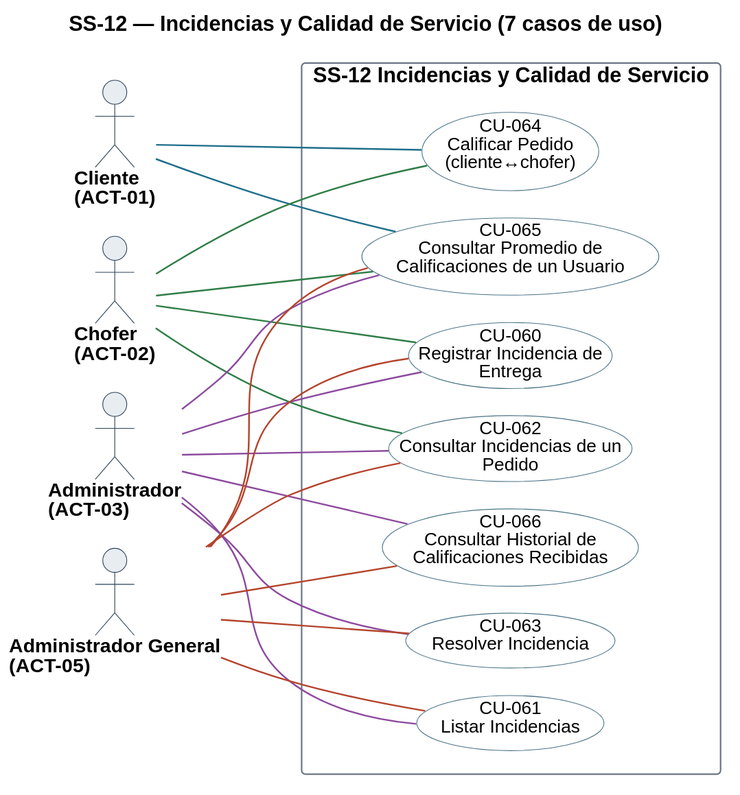
Before: diagramas/uml/CU_SS-12_Incidencias-Y-Calidad-De-Servicio.svg, a diagram exported from PlantUML (Nahuelito-Dev/splg-docs).
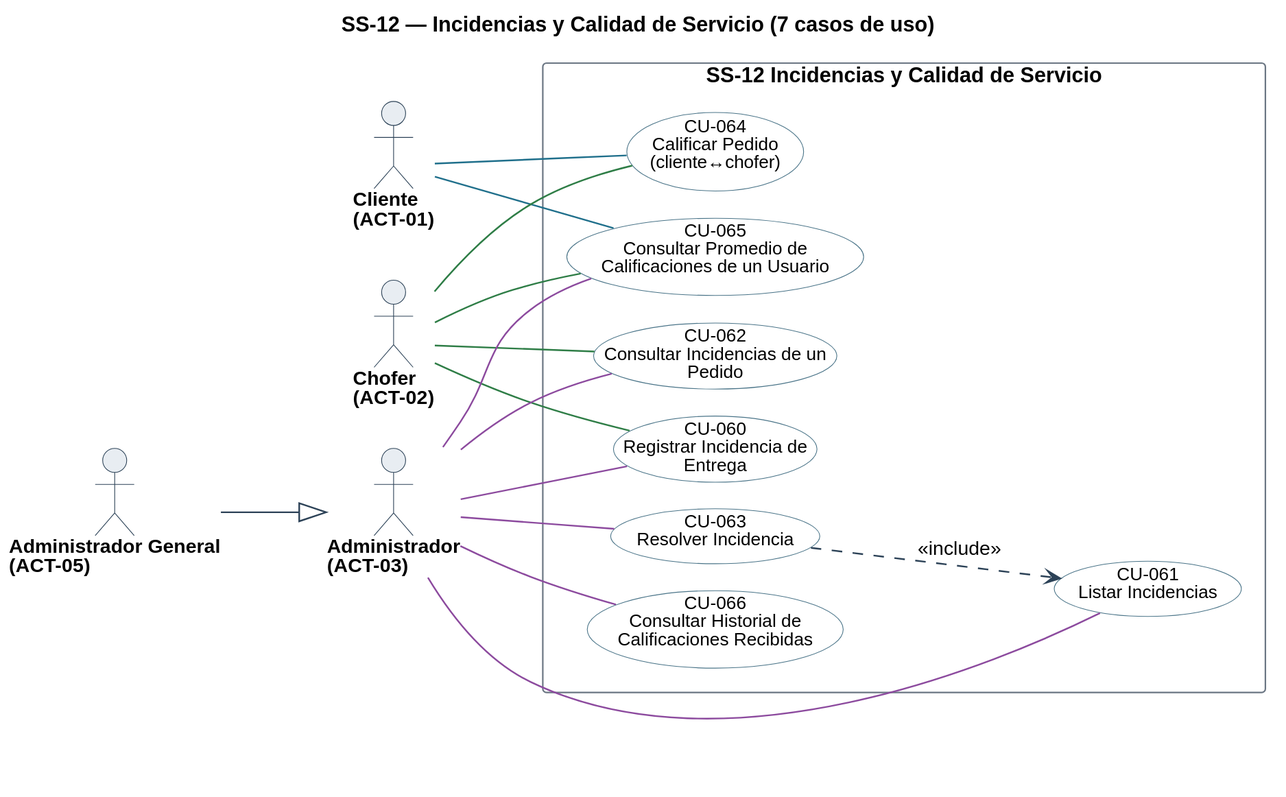
After the commit.

The edit, as a diff of the source:
```diff
@@ -28,8 +28,8 @@
 skinparam nodesep 18
 skinparam ranksep 70
 skinparam usecase {
-  BorderColor<<pendiente>> #9C4436
-  BackgroundColor<<pendiente>> #F6E4E1
+  BorderColor<<planificado>> #9C4436
+  BackgroundColor<<planificado>> #F6E4E1
   BorderColor<<factorizado>> #6B7683
   BackgroundColor<<factorizado>> #F2F4F6
 }
@@ -61,10 +61,7 @@
 A03 -[#8C4A9E]- U063
 A03 -[#8C4A9E]- U065
 A03 -[#8C4A9E]- U066
-A05 -[#B4432B]- U060
-A05 -[#B4432B]- U061
-A05 -[#B4432B]- U062
-A05 -[#B4432B]- U063
-A05 -[#B4432B]- U065
-A05 -[#B4432B]- U066
+A05 --|> A03
+
+U063 ..> U061 : <<include>>
 @enduml
```
